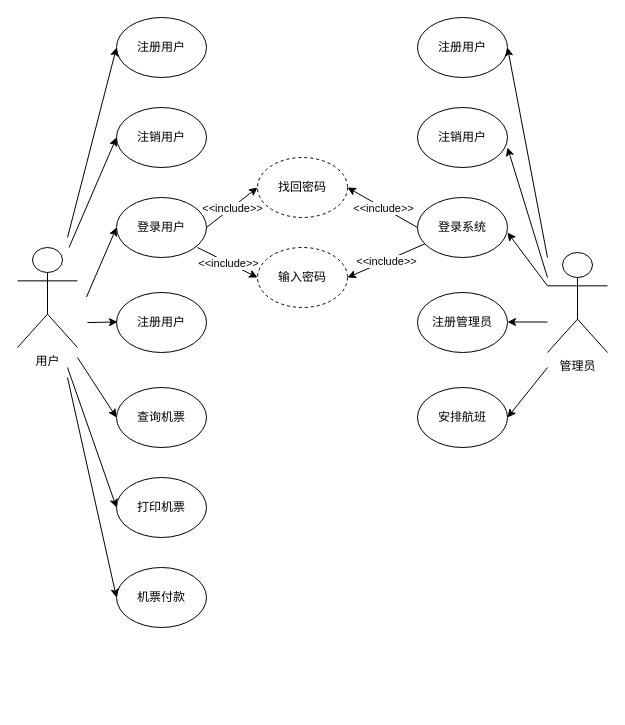
Earlier version of the draw.io diagram 未命名绘图.drawio (ZhangShuui/ForDrawIo). Source tidied: cells renumbered, new cells numbered last; positions are measured from the earlier drawing's top-left corner, leaving out a move shared by most shapes. Both pictures are drawn from the tidied source at 100%, with x=0, y=0 at pixel (17, 17).
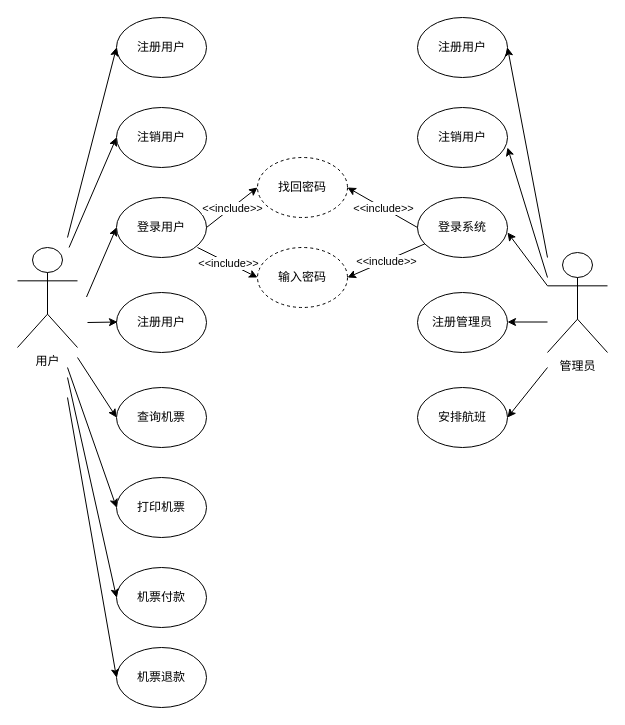
The same page after the edit.

Commit message:
更新未命名绘图.drawio

What changed in the source:
```diff
@@
+    <mxCell id="38" value="机票退款" style="ellipse;whiteSpace=wrap;html=1;" parent="1" vertex="1">
+      <mxGeometry x="99" y="630" width="90" height="60" as="geometry" />
+    </mxCell>
+    <mxCell id="39" style="endArrow=classic;html=1;rounded=0;entryX=0;entryY=0.5;entryDx=0;entryDy=0;" parent="1" edge="1" target="38">
+      <mxGeometry relative="1" as="geometry">
+        <mxPoint x="50" y="380" as="sourcePoint" />
+      </mxGeometry>
+    </mxCell>
```
